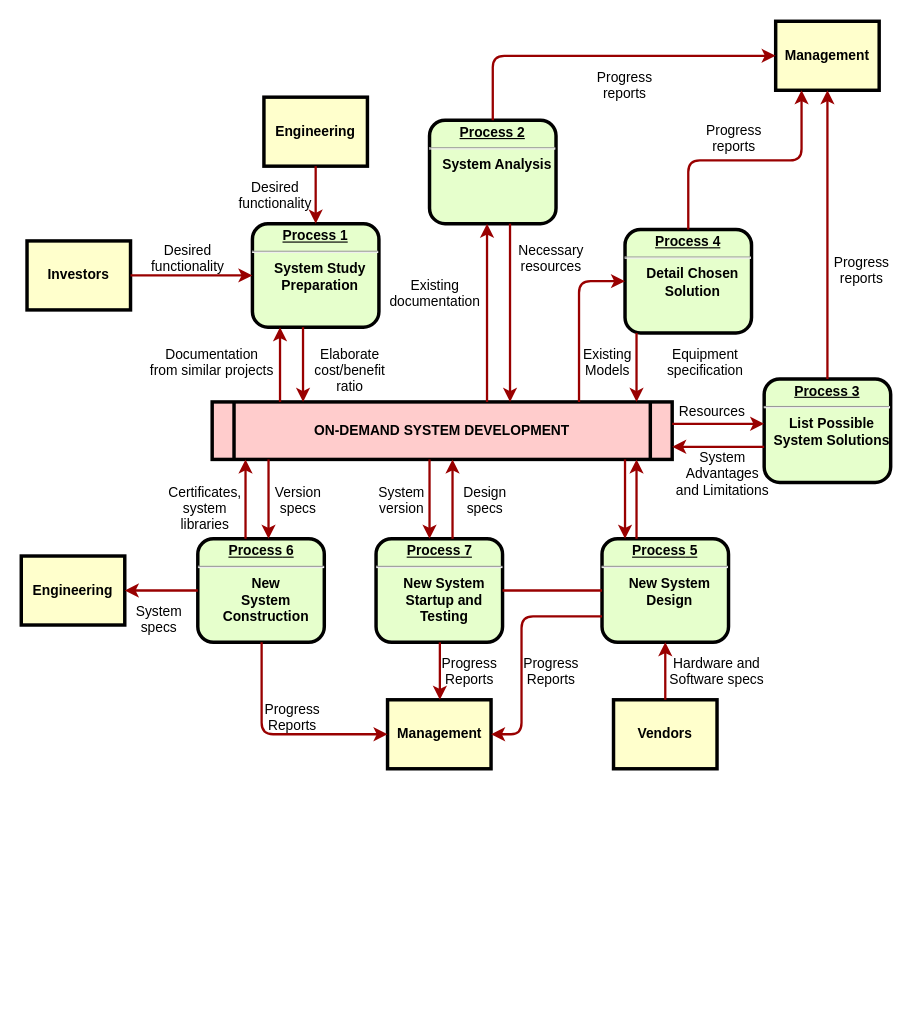
lfg534/jgsu_wlcxsys keeps this draw.io diagram as 未命名绘图.drawio. Above is the earlier version. Source tidied: cells renumbered, new cells numbered last; positions are measured from the earlier drawing's top-left corner, leaving out a move shared by most shapes. Both pictures are drawn from the tidied source at 115%, with x=0, y=0 at pixel (21, 21).
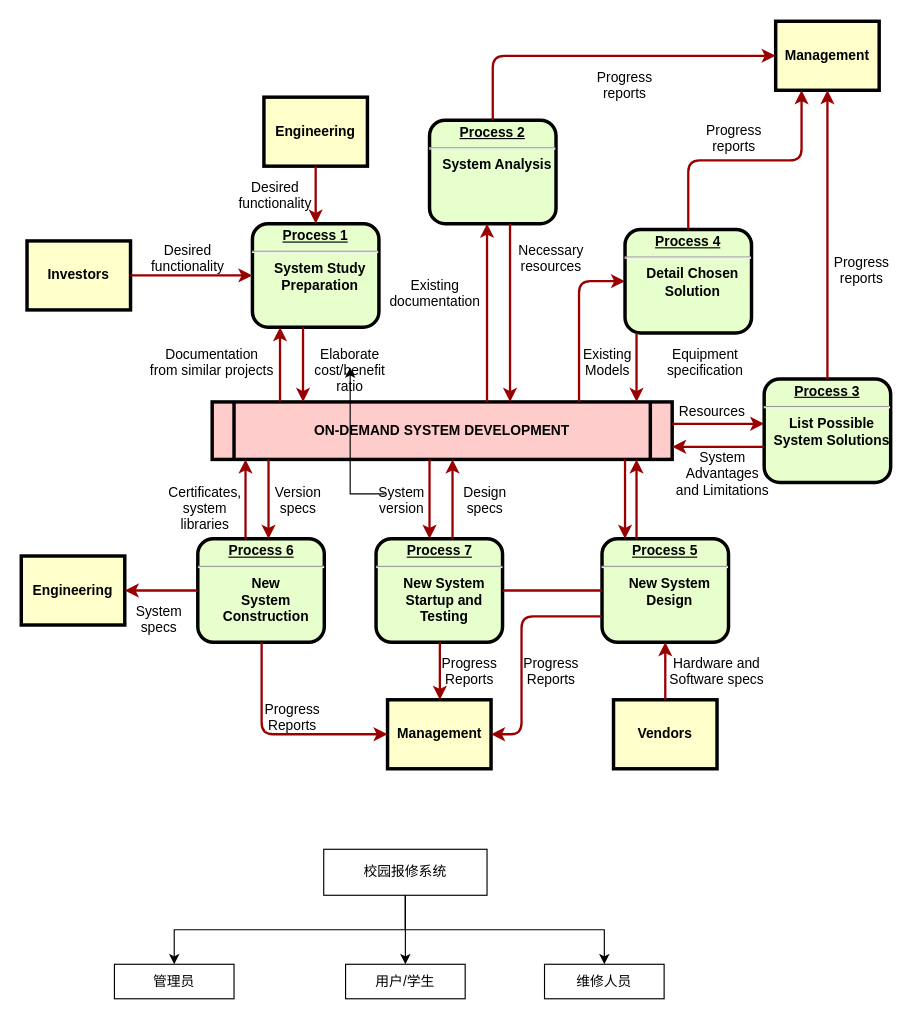
The same diagram, later.

Unchanged cells that the change refers to:
```xml
<mxCell id="24" value="Elaborate&#10;cost/benefit&#10;ratio" style="text;spacingTop=-5;align=center;" parent="1" vertex="1">
  <mxGeometry x="271" y="281" width="30" height="20" as="geometry" />
</mxCell>
<mxCell id="62" value="System&#10;version" style="text;spacingTop=-5;align=center;" parent="1" vertex="1">
  <mxGeometry x="316" y="401" width="30" height="20" as="geometry" />
</mxCell>
```

What changed in the source:
```diff
@@
+    <mxCell id="63" style="edgeStyle=orthogonalEdgeStyle;rounded=0;jettySize=auto;html=1;" parent="1" edge="1" source="62" target="24">
+      <mxGeometry relative="1" as="geometry" />
+    </mxCell>
@@
+    <mxCell id="64" style="edgeStyle=orthogonalEdgeStyle;rounded=0;jettySize=auto;html=1;entryX=0.5;entryY=0;entryDx=0;entryDy=0;exitX=0.5;exitY=1;exitDx=0;exitDy=0;" parent="1" edge="1" source="67" target="68">
+      <mxGeometry relative="1" as="geometry" />
+    </mxCell>
+    <mxCell id="65" style="edgeStyle=orthogonalEdgeStyle;rounded=0;jettySize=auto;html=1;exitX=0.5;exitY=1;exitDx=0;exitDy=0;" parent="1" edge="1" source="67" target="70">
+      <mxGeometry relative="1" as="geometry" />
+    </mxCell>
+    <mxCell id="66" style="edgeStyle=orthogonalEdgeStyle;rounded=0;jettySize=auto;html=1;entryX=0.5;entryY=0;entryDx=0;entryDy=0;" parent="1" edge="1" source="67" target="69">
+      <mxGeometry relative="1" as="geometry" />
+    </mxCell>
+    <mxCell id="67" value="校园报修系统" style="rounded=0;whiteSpace=wrap;html=1;" parent="1" vertex="1">
+      <mxGeometry x="263" y="720" width="142" height="40" as="geometry" />
+    </mxCell>
+    <mxCell id="68" value="管理员" style="rounded=0;whiteSpace=wrap;html=1;" parent="1" vertex="1">
+      <mxGeometry x="81" y="820" width="104" height="30" as="geometry" />
+    </mxCell>
+    <mxCell id="69" value="用户/学生" style="rounded=0;whiteSpace=wrap;html=1;" parent="1" vertex="1">
+      <mxGeometry x="282" y="820" width="104" height="30" as="geometry" />
+    </mxCell>
+    <mxCell id="70" value="维修人员" style="rounded=0;whiteSpace=wrap;html=1;" parent="1" vertex="1">
+      <mxGeometry x="455" y="820" width="104" height="30" as="geometry" />
+    </mxCell>
```
